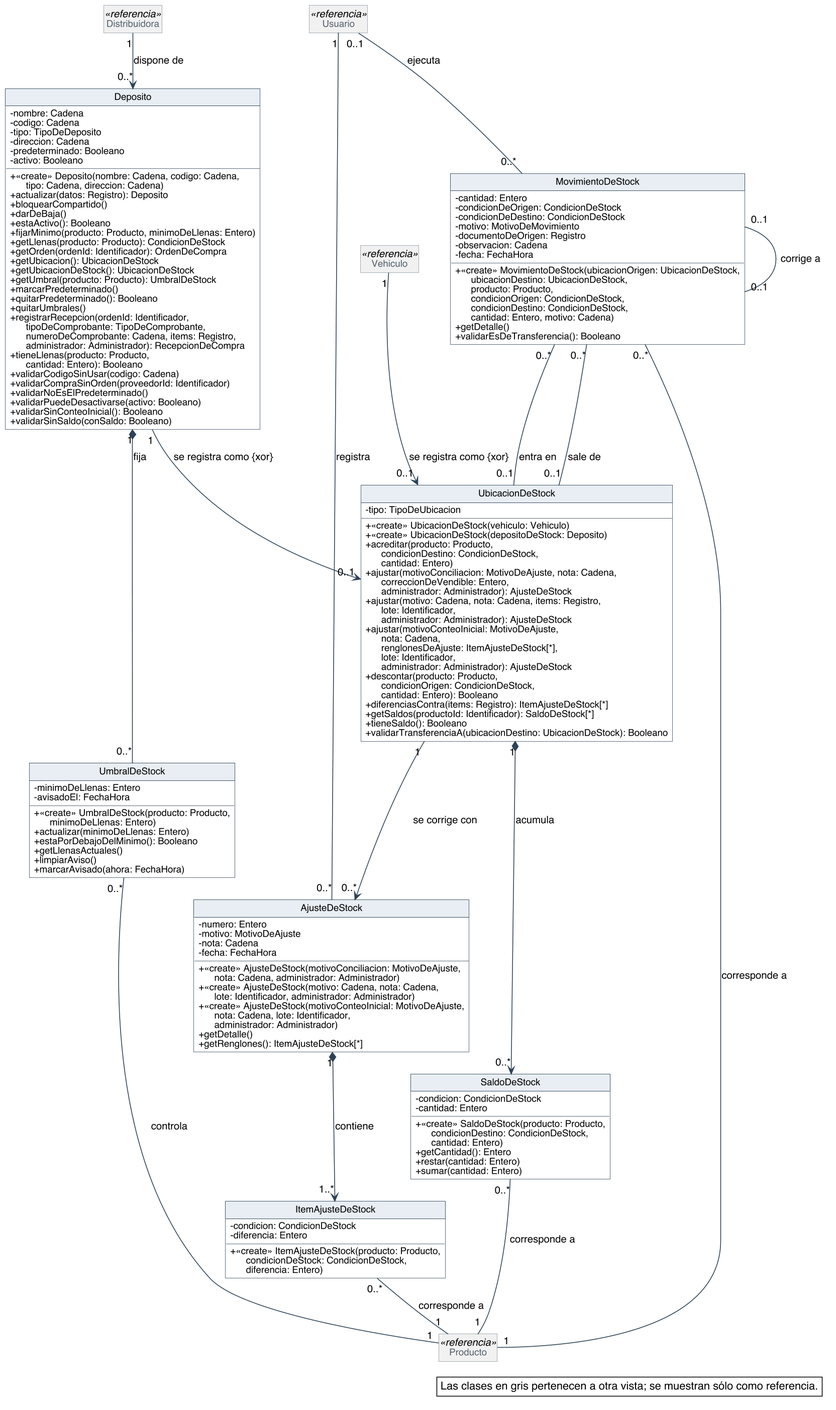
Earlier version of the PlantUML export diagramas/clases-diseno/DC_Stock-fisico.png (Nahuelito-Dev/splg-docs).
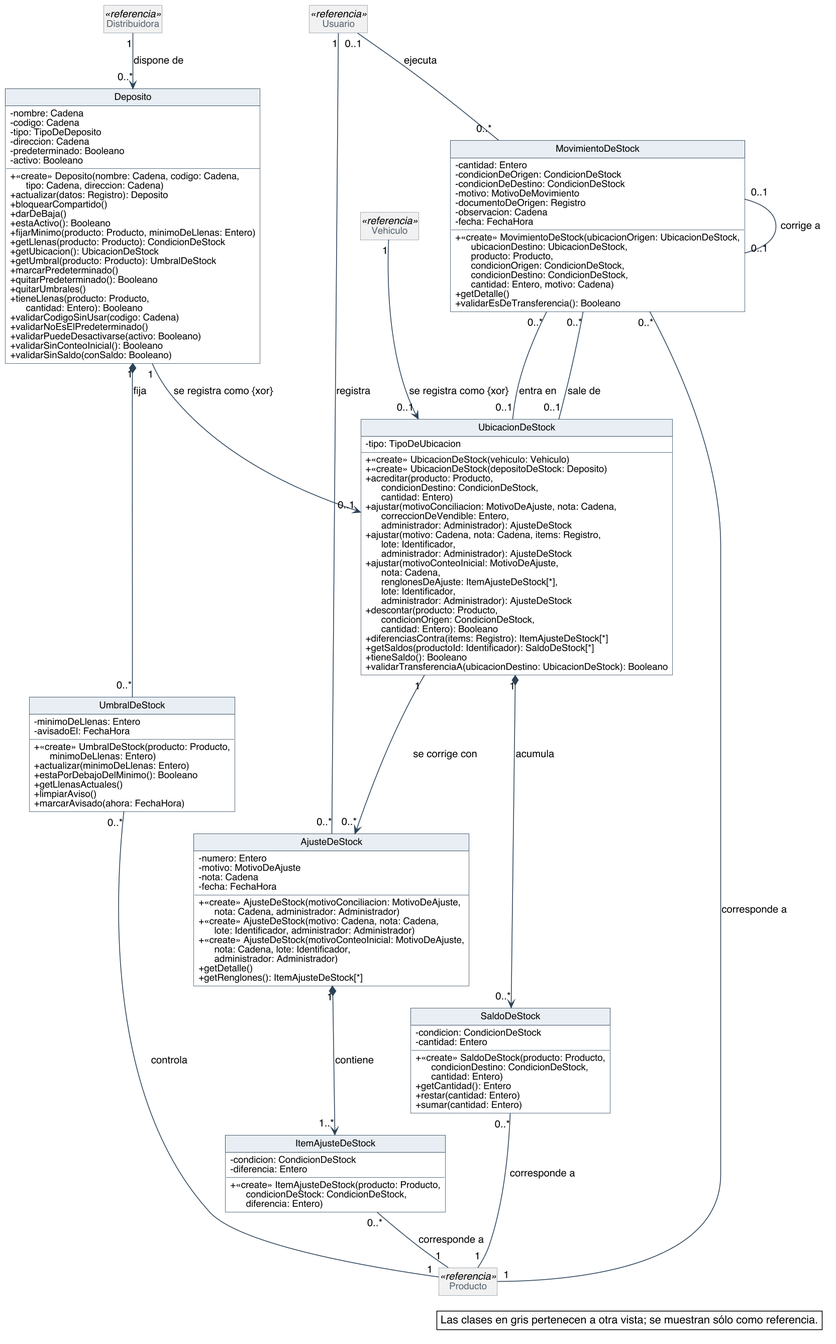
After the change.

Change to the diagram source:
```diff
@@ -71,17 +71,13 @@
   + estaActivo(): Booleano
   + fijarMinimo(producto: Producto, minimoDeLlenas: Entero)
   + getLlenas(producto: Producto): CondicionDeStock
-  + getOrden(ordenId: Identificador): OrdenDeCompra
   + getUbicacion(): UbicacionDeStock
-  + getUbicacionDeStock(): UbicacionDeStock
   + getUmbral(producto: Producto): UmbralDeStock
   + marcarPredeterminado()
   + quitarPredeterminado(): Booleano
   + quitarUmbrales()
-  + registrarRecepcion(ordenId: Identificador,\n      tipoDeComprobante: TipoDeComprobante,\n      numeroDeComprobante: Cadena, items: Registro,\n      administrador: Administrador): RecepcionDeCompra
   + tieneLlenas(producto: Producto,\n      cantidad: Entero): Booleano
   + validarCodigoSinUsar(codigo: Cadena)
-  + validarCompraSinOrden(proveedorId: Identificador)
   + validarNoEsElPredeterminado()
   + validarPuedeDesactivarse(activo: Booleano)
   + validarSinConteoInicial(): Booleano
```
